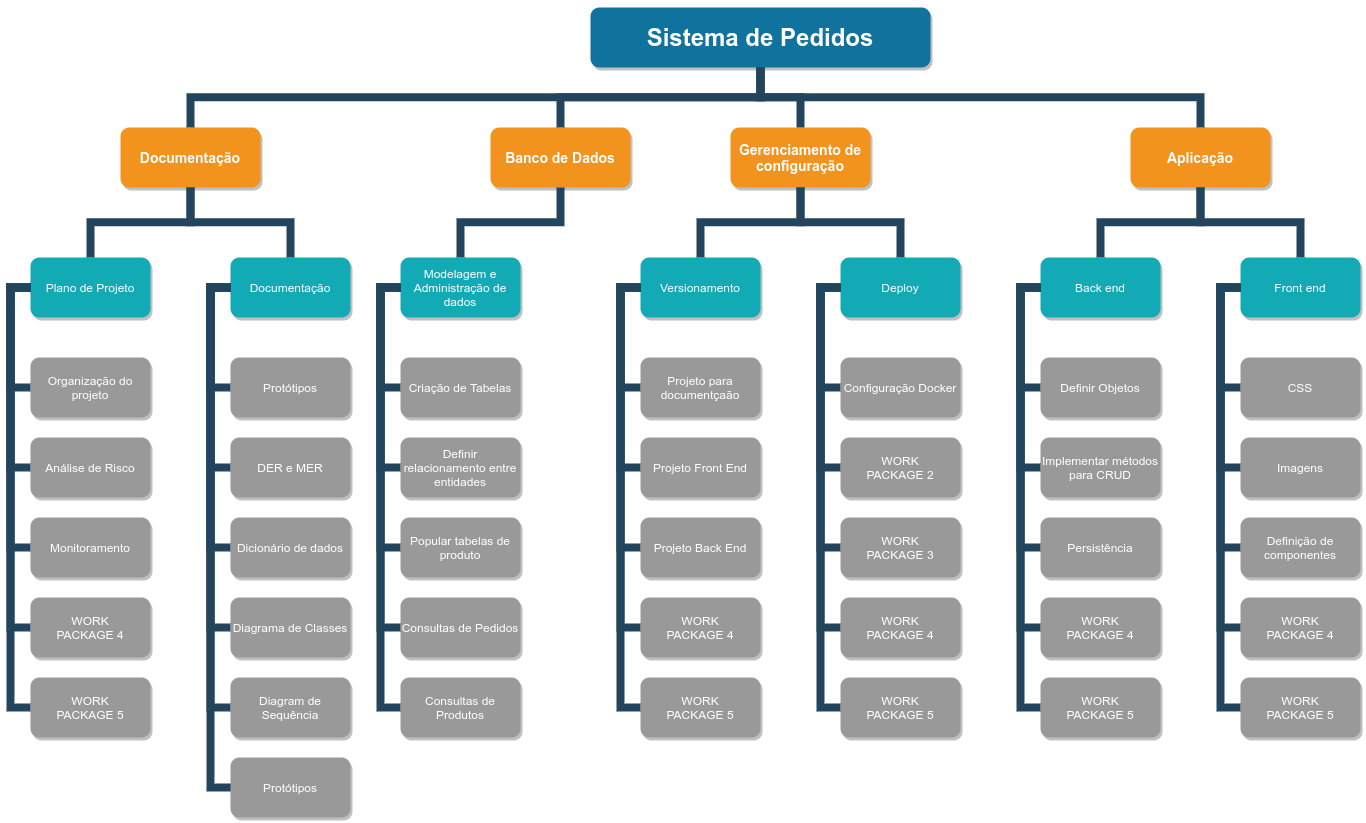
This is imagens/WBS.png from jaarsi/how4-challenge-docs, a draw.io export, as it was before one commit. Source tidied: cells renumbered, new cells last; positions are measured from the earlier drawing's top-left corner, leaving out a move shared by most shapes.
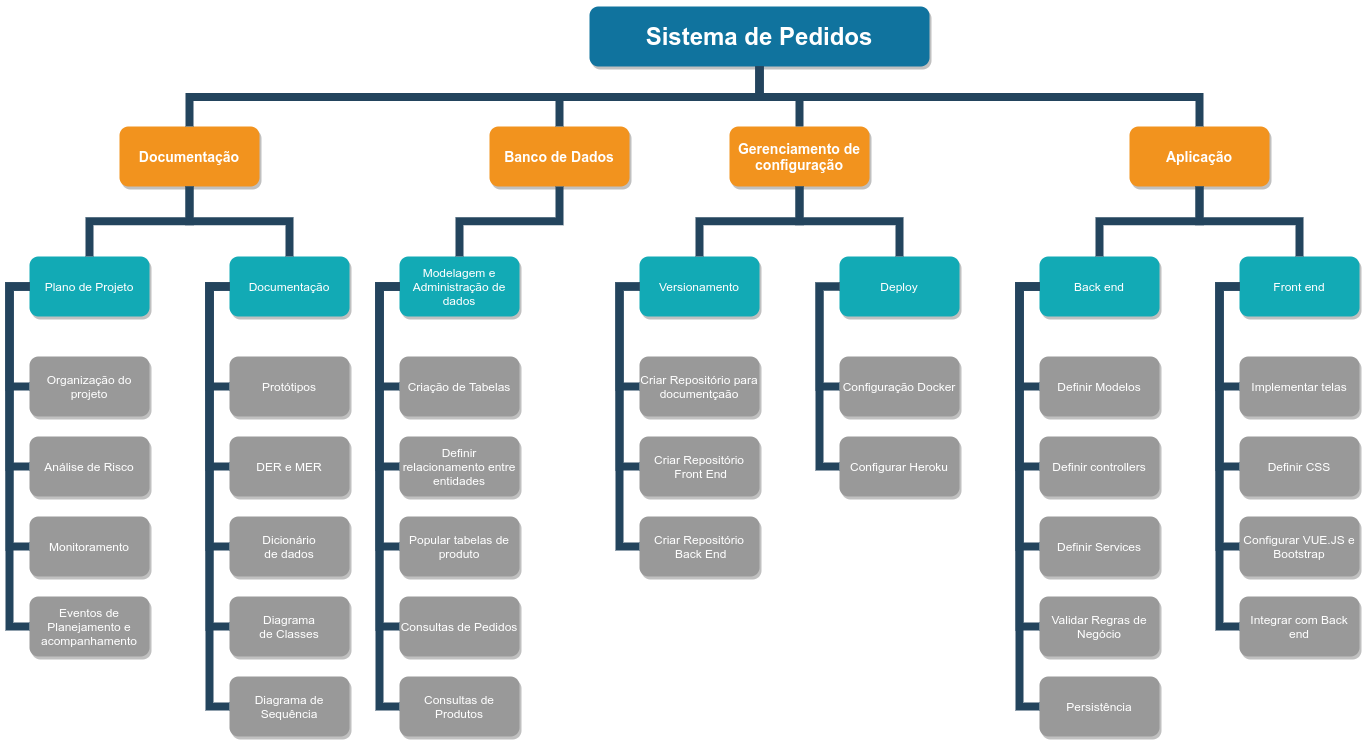
The same file after the commit.

Diff of the diagram source:
```diff
@@ -32,25 +32,22 @@
     <mxCell id="11" value="Monitoramento" style="whiteSpace=wrap;rounded=1;fillColor=#999999;strokeColor=none;shadow=1;fontColor=#FFFFFF;fontStyle=0;" parent="1" vertex="1">
       <mxGeometry x="20" y="510" width="120" height="60" as="geometry" />
     </mxCell>
-    <mxCell id="12" value="WORK&#10;PACKAGE 4" style="whiteSpace=wrap;rounded=1;fillColor=#999999;strokeColor=none;shadow=1;fontColor=#FFFFFF;fontStyle=0;" parent="1" vertex="1">
+    <mxCell id="12" value="Eventos de Planejamento e acompanhamento" style="whiteSpace=wrap;rounded=1;fillColor=#999999;strokeColor=none;shadow=1;fontColor=#FFFFFF;fontStyle=0;" parent="1" vertex="1">
       <mxGeometry x="20" y="590" width="120" height="60" as="geometry" />
     </mxCell>
-    <mxCell id="13" value="WORK&#10;PACKAGE 5" style="whiteSpace=wrap;rounded=1;fillColor=#999999;strokeColor=none;shadow=1;fontColor=#FFFFFF;fontStyle=0;" parent="1" vertex="1">
-      <mxGeometry x="20" y="670" width="120" height="60" as="geometry" />
-    </mxCell>
     <mxCell id="14" value="Protótipos" style="whiteSpace=wrap;rounded=1;fillColor=#999999;strokeColor=none;shadow=1;fontColor=#FFFFFF;fontStyle=0;" parent="1" vertex="1">
       <mxGeometry x="220" y="350" width="120" height="60" as="geometry" />
     </mxCell>
     <mxCell id="15" value="DER e MER" style="whiteSpace=wrap;rounded=1;fillColor=#999999;strokeColor=none;shadow=1;fontColor=#FFFFFF;fontStyle=0;" parent="1" vertex="1">
       <mxGeometry x="220" y="430" width="120" height="60" as="geometry" />
     </mxCell>
-    <mxCell id="16" value="Dicionário de dados" style="whiteSpace=wrap;rounded=1;fillColor=#999999;strokeColor=none;shadow=1;fontColor=#FFFFFF;fontStyle=0;" parent="1" vertex="1">
+    <mxCell id="16" value="Dicionário&#10;de dados" style="whiteSpace=wrap;rounded=1;fillColor=#999999;strokeColor=none;shadow=1;fontColor=#FFFFFF;fontStyle=0;" parent="1" vertex="1">
       <mxGeometry x="220" y="510" width="120" height="60" as="geometry" />
     </mxCell>
-    <mxCell id="17" value="Diagrama de Classes" style="whiteSpace=wrap;rounded=1;fillColor=#999999;strokeColor=none;shadow=1;fontColor=#FFFFFF;fontStyle=0;" parent="1" vertex="1">
+    <mxCell id="17" value="Diagrama&#10;de Classes" style="whiteSpace=wrap;rounded=1;fillColor=#999999;strokeColor=none;shadow=1;fontColor=#FFFFFF;fontStyle=0;" parent="1" vertex="1">
       <mxGeometry x="220" y="590" width="120" height="60" as="geometry" />
     </mxCell>
-    <mxCell id="18" value="Diagram de Sequência" style="whiteSpace=wrap;rounded=1;fillColor=#999999;strokeColor=none;shadow=1;fontColor=#FFFFFF;fontStyle=0;" parent="1" vertex="1">
+    <mxCell id="18" value="Diagrama de Sequência" style="whiteSpace=wrap;rounded=1;fillColor=#999999;strokeColor=none;shadow=1;fontColor=#FFFFFF;fontStyle=0;" parent="1" vertex="1">
       <mxGeometry x="220" y="670" width="120" height="60" as="geometry" />
     </mxCell>
     <mxCell id="19" value="Modelagem e Administração de dados" style="whiteSpace=wrap;rounded=1;fillColor=#12AAB5;strokeColor=none;shadow=1;fontColor=#FFFFFF;" parent="1" vertex="1">
@@ -91,13 +88,6 @@
         </Array>
       </mxGeometry>
     </mxCell>
-    <mxCell id="29" style="edgeStyle=elbowEdgeStyle;elbow=horizontal;rounded=0;fontColor=#000000;endArrow=none;endFill=0;strokeWidth=8;strokeColor=#23445D;" parent="1" edge="1" source="7" target="13">
-      <mxGeometry relative="1" as="geometry">
-        <Array as="points">
-          <mxPoint y="490" />
-        </Array>
-      </mxGeometry>
-    </mxCell>
     <mxCell id="30" style="edgeStyle=elbowEdgeStyle;elbow=horizontal;rounded=0;fontColor=#000000;endArrow=none;endFill=0;strokeWidth=8;strokeColor=#23445D;" parent="1" edge="1" source="7" target="12">
       <mxGeometry relative="1" as="geometry">
         <Array as="points">
@@ -192,36 +182,21 @@
     <mxCell id="44" value="Deploy" style="whiteSpace=wrap;rounded=1;fillColor=#12AAB5;strokeColor=none;shadow=1;fontColor=#FFFFFF;" parent="1" vertex="1">
       <mxGeometry x="830" y="250" width="120" height="60" as="geometry" />
     </mxCell>
-    <mxCell id="45" value="Projeto para documentçaão" style="whiteSpace=wrap;rounded=1;fillColor=#999999;strokeColor=none;shadow=1;fontColor=#FFFFFF;fontStyle=0;" parent="1" vertex="1">
+    <mxCell id="45" value="Criar Repositório para documentçaão" style="whiteSpace=wrap;rounded=1;fillColor=#999999;strokeColor=none;shadow=1;fontColor=#FFFFFF;fontStyle=0;" parent="1" vertex="1">
       <mxGeometry x="630" y="350" width="120" height="60" as="geometry" />
     </mxCell>
-    <mxCell id="46" value="Projeto Front End" style="whiteSpace=wrap;rounded=1;fillColor=#999999;strokeColor=none;shadow=1;fontColor=#FFFFFF;fontStyle=0;" parent="1" vertex="1">
+    <mxCell id="46" value="Criar Repositório&#10; Front End" style="whiteSpace=wrap;rounded=1;fillColor=#999999;strokeColor=none;shadow=1;fontColor=#FFFFFF;fontStyle=0;" parent="1" vertex="1">
       <mxGeometry x="630" y="430" width="120" height="60" as="geometry" />
     </mxCell>
-    <mxCell id="47" value="Projeto Back End" style="whiteSpace=wrap;rounded=1;fillColor=#999999;strokeColor=none;shadow=1;fontColor=#FFFFFF;fontStyle=0;" parent="1" vertex="1">
+    <mxCell id="47" value="Criar Repositório&#10; Back End" style="whiteSpace=wrap;rounded=1;fillColor=#999999;strokeColor=none;shadow=1;fontColor=#FFFFFF;fontStyle=0;" parent="1" vertex="1">
       <mxGeometry x="630" y="510" width="120" height="60" as="geometry" />
     </mxCell>
-    <mxCell id="48" value="WORK&#10;PACKAGE 4" style="whiteSpace=wrap;rounded=1;fillColor=#999999;strokeColor=none;shadow=1;fontColor=#FFFFFF;fontStyle=0;" parent="1" vertex="1">
-      <mxGeometry x="630" y="590" width="120" height="60" as="geometry" />
-    </mxCell>
-    <mxCell id="49" value="WORK&#10;PACKAGE 5" style="whiteSpace=wrap;rounded=1;fillColor=#999999;strokeColor=none;shadow=1;fontColor=#FFFFFF;fontStyle=0;" parent="1" vertex="1">
-      <mxGeometry x="630" y="670" width="120" height="60" as="geometry" />
-    </mxCell>
     <mxCell id="50" value="Configuração Docker" style="whiteSpace=wrap;rounded=1;fillColor=#999999;strokeColor=none;shadow=1;fontColor=#FFFFFF;fontStyle=0;" parent="1" vertex="1">
       <mxGeometry x="830" y="350" width="120" height="60" as="geometry" />
     </mxCell>
-    <mxCell id="51" value="WORK&#10;PACKAGE 2" style="whiteSpace=wrap;rounded=1;fillColor=#999999;strokeColor=none;shadow=1;fontColor=#FFFFFF;fontStyle=0;" parent="1" vertex="1">
+    <mxCell id="51" value="Configurar Heroku" style="whiteSpace=wrap;rounded=1;fillColor=#999999;strokeColor=none;shadow=1;fontColor=#FFFFFF;fontStyle=0;" parent="1" vertex="1">
       <mxGeometry x="830" y="430" width="120" height="60" as="geometry" />
     </mxCell>
-    <mxCell id="52" value="WORK&#10;PACKAGE 3" style="whiteSpace=wrap;rounded=1;fillColor=#999999;strokeColor=none;shadow=1;fontColor=#FFFFFF;fontStyle=0;" parent="1" vertex="1">
-      <mxGeometry x="830" y="510" width="120" height="60" as="geometry" />
-    </mxCell>
-    <mxCell id="53" value="WORK&#10;PACKAGE 4" style="whiteSpace=wrap;rounded=1;fillColor=#999999;strokeColor=none;shadow=1;fontColor=#FFFFFF;fontStyle=0;" parent="1" vertex="1">
-      <mxGeometry x="830" y="590" width="120" height="60" as="geometry" />
-    </mxCell>
-    <mxCell id="54" value="WORK&#10;PACKAGE 5" style="whiteSpace=wrap;rounded=1;fillColor=#999999;strokeColor=none;shadow=1;fontColor=#FFFFFF;fontStyle=0;" parent="1" vertex="1">
-      <mxGeometry x="830" y="670" width="120" height="60" as="geometry" />
-    </mxCell>
     <mxCell id="55" style="edgeStyle=elbowEdgeStyle;elbow=horizontal;rounded=0;fontColor=#000000;endArrow=none;endFill=0;strokeWidth=8;strokeColor=#23445D;" parent="1" edge="1" source="43" target="45">
       <mxGeometry relative="1" as="geometry">
         <Array as="points">
@@ -236,20 +211,6 @@
         </Array>
       </mxGeometry>
     </mxCell>
-    <mxCell id="57" style="edgeStyle=elbowEdgeStyle;elbow=horizontal;rounded=0;fontColor=#000000;endArrow=none;endFill=0;strokeWidth=8;strokeColor=#23445D;" parent="1" edge="1" source="43" target="49">
-      <mxGeometry relative="1" as="geometry">
-        <Array as="points">
-          <mxPoint x="610" y="500" />
-        </Array>
-      </mxGeometry>
-    </mxCell>
-    <mxCell id="58" style="edgeStyle=elbowEdgeStyle;elbow=horizontal;rounded=0;fontColor=#000000;endArrow=none;endFill=0;strokeWidth=8;strokeColor=#23445D;" parent="1" edge="1" source="43" target="48">
-      <mxGeometry relative="1" as="geometry">
-        <Array as="points">
-          <mxPoint x="610" y="450" />
-        </Array>
-      </mxGeometry>
-    </mxCell>
     <mxCell id="59" style="edgeStyle=elbowEdgeStyle;elbow=horizontal;rounded=0;fontColor=#000000;endArrow=none;endFill=0;strokeWidth=8;strokeColor=#23445D;" parent="1" edge="1" source="43" target="47">
       <mxGeometry relative="1" as="geometry">
         <Array as="points">
@@ -271,63 +232,39 @@
         </Array>
       </mxGeometry>
     </mxCell>
-    <mxCell id="62" style="edgeStyle=elbowEdgeStyle;elbow=horizontal;rounded=0;fontColor=#000000;endArrow=none;endFill=0;strokeWidth=8;strokeColor=#23445D;" parent="1" edge="1" source="44" target="54">
-      <mxGeometry relative="1" as="geometry">
-        <Array as="points">
-          <mxPoint x="810" y="490" />
-        </Array>
-      </mxGeometry>
-    </mxCell>
-    <mxCell id="63" style="edgeStyle=elbowEdgeStyle;elbow=horizontal;rounded=0;fontColor=#000000;endArrow=none;endFill=0;strokeWidth=8;strokeColor=#23445D;" parent="1" edge="1" source="44" target="53">
-      <mxGeometry relative="1" as="geometry">
-        <Array as="points">
-          <mxPoint x="810" y="450" />
-        </Array>
-      </mxGeometry>
-    </mxCell>
-    <mxCell id="64" style="edgeStyle=elbowEdgeStyle;elbow=horizontal;rounded=0;fontColor=#000000;endArrow=none;endFill=0;strokeWidth=8;strokeColor=#23445D;" parent="1" edge="1" source="44" target="52">
-      <mxGeometry relative="1" as="geometry">
-        <Array as="points">
-          <mxPoint x="810" y="420" />
-        </Array>
-      </mxGeometry>
-    </mxCell>
     <mxCell id="65" value="Back end" style="whiteSpace=wrap;rounded=1;fillColor=#12AAB5;strokeColor=none;shadow=1;fontColor=#FFFFFF;" parent="1" vertex="1">
       <mxGeometry x="1030" y="250" width="120" height="60" as="geometry" />
     </mxCell>
     <mxCell id="66" value="Front end" style="whiteSpace=wrap;rounded=1;fillColor=#12AAB5;strokeColor=none;shadow=1;fontColor=#FFFFFF;" parent="1" vertex="1">
       <mxGeometry x="1230" y="250" width="120" height="60" as="geometry" />
     </mxCell>
-    <mxCell id="67" value="Definir Objetos" style="whiteSpace=wrap;rounded=1;fillColor=#999999;strokeColor=none;shadow=1;fontColor=#FFFFFF;fontStyle=0;" parent="1" vertex="1">
+    <mxCell id="67" value="Definir Modelos" style="whiteSpace=wrap;rounded=1;fillColor=#999999;strokeColor=none;shadow=1;fontColor=#FFFFFF;fontStyle=0;" parent="1" vertex="1">
       <mxGeometry x="1030" y="350" width="120" height="60" as="geometry" />
     </mxCell>
-    <mxCell id="68" value="Implementar métodos para CRUD" style="whiteSpace=wrap;rounded=1;fillColor=#999999;strokeColor=none;shadow=1;fontColor=#FFFFFF;fontStyle=0;" parent="1" vertex="1">
+    <mxCell id="68" value="Definir controllers" style="whiteSpace=wrap;rounded=1;fillColor=#999999;strokeColor=none;shadow=1;fontColor=#FFFFFF;fontStyle=0;" parent="1" vertex="1">
       <mxGeometry x="1030" y="430" width="120" height="60" as="geometry" />
     </mxCell>
-    <mxCell id="69" value="Persistência" style="whiteSpace=wrap;rounded=1;fillColor=#999999;strokeColor=none;shadow=1;fontColor=#FFFFFF;fontStyle=0;" parent="1" vertex="1">
+    <mxCell id="69" value="Definir Services" style="whiteSpace=wrap;rounded=1;fillColor=#999999;strokeColor=none;shadow=1;fontColor=#FFFFFF;fontStyle=0;" parent="1" vertex="1">
       <mxGeometry x="1030" y="510" width="120" height="60" as="geometry" />
     </mxCell>
-    <mxCell id="70" value="WORK&#10;PACKAGE 4" style="whiteSpace=wrap;rounded=1;fillColor=#999999;strokeColor=none;shadow=1;fontColor=#FFFFFF;fontStyle=0;" parent="1" vertex="1">
+    <mxCell id="70" value="Validar Regras de Negócio" style="whiteSpace=wrap;rounded=1;fillColor=#999999;strokeColor=none;shadow=1;fontColor=#FFFFFF;fontStyle=0;" parent="1" vertex="1">
       <mxGeometry x="1030" y="590" width="120" height="60" as="geometry" />
     </mxCell>
-    <mxCell id="71" value="WORK&#10;PACKAGE 5" style="whiteSpace=wrap;rounded=1;fillColor=#999999;strokeColor=none;shadow=1;fontColor=#FFFFFF;fontStyle=0;" parent="1" vertex="1">
+    <mxCell id="71" value="Persistência" style="whiteSpace=wrap;rounded=1;fillColor=#999999;strokeColor=none;shadow=1;fontColor=#FFFFFF;fontStyle=0;" parent="1" vertex="1">
       <mxGeometry x="1030" y="670" width="120" height="60" as="geometry" />
     </mxCell>
-    <mxCell id="72" value="CSS" style="whiteSpace=wrap;rounded=1;fillColor=#999999;strokeColor=none;shadow=1;fontColor=#FFFFFF;fontStyle=0;" parent="1" vertex="1">
+    <mxCell id="72" value="Implementar telas" style="whiteSpace=wrap;rounded=1;fillColor=#999999;strokeColor=none;shadow=1;fontColor=#FFFFFF;fontStyle=0;" parent="1" vertex="1">
       <mxGeometry x="1230" y="350" width="120" height="60" as="geometry" />
     </mxCell>
-    <mxCell id="73" value="Imagens" style="whiteSpace=wrap;rounded=1;fillColor=#999999;strokeColor=none;shadow=1;fontColor=#FFFFFF;fontStyle=0;" parent="1" vertex="1">
+    <mxCell id="73" value="Definir CSS" style="whiteSpace=wrap;rounded=1;fillColor=#999999;strokeColor=none;shadow=1;fontColor=#FFFFFF;fontStyle=0;" parent="1" vertex="1">
       <mxGeometry x="1230" y="430" width="120" height="60" as="geometry" />
     </mxCell>
-    <mxCell id="74" value="Definição de componentes" style="whiteSpace=wrap;rounded=1;fillColor=#999999;strokeColor=none;shadow=1;fontColor=#FFFFFF;fontStyle=0;" parent="1" vertex="1">
+    <mxCell id="74" value="Configurar VUE.JS e Bootstrap" style="whiteSpace=wrap;rounded=1;fillColor=#999999;strokeColor=none;shadow=1;fontColor=#FFFFFF;fontStyle=0;" parent="1" vertex="1">
       <mxGeometry x="1230" y="510" width="120" height="60" as="geometry" />
     </mxCell>
-    <mxCell id="75" value="WORK&#10;PACKAGE 4" style="whiteSpace=wrap;rounded=1;fillColor=#999999;strokeColor=none;shadow=1;fontColor=#FFFFFF;fontStyle=0;" parent="1" vertex="1">
+    <mxCell id="75" value="Integrar com Back end" style="whiteSpace=wrap;rounded=1;fillColor=#999999;strokeColor=none;shadow=1;fontColor=#FFFFFF;fontStyle=0;" parent="1" vertex="1">
       <mxGeometry x="1230" y="590" width="120" height="60" as="geometry" />
     </mxCell>
-    <mxCell id="76" value="WORK&#10;PACKAGE 5" style="whiteSpace=wrap;rounded=1;fillColor=#999999;strokeColor=none;shadow=1;fontColor=#FFFFFF;fontStyle=0;" parent="1" vertex="1">
-      <mxGeometry x="1230" y="670" width="120" height="60" as="geometry" />
-    </mxCell>
     <mxCell id="77" style="edgeStyle=elbowEdgeStyle;elbow=horizontal;rounded=0;fontColor=#000000;endArrow=none;endFill=0;strokeWidth=8;strokeColor=#23445D;" parent="1" edge="1" source="65" target="67">
       <mxGeometry relative="1" as="geometry">
         <Array as="points">
@@ -377,13 +314,6 @@
         </Array>
       </mxGeometry>
     </mxCell>
-    <mxCell id="84" style="edgeStyle=elbowEdgeStyle;elbow=horizontal;rounded=0;fontColor=#000000;endArrow=none;endFill=0;strokeWidth=8;strokeColor=#23445D;" parent="1" edge="1" source="66" target="76">
-      <mxGeometry relative="1" as="geometry">
-        <Array as="points">
-          <mxPoint x="1210" y="490" />
-        </Array>
-      </mxGeometry>
-    </mxCell>
     <mxCell id="85" style="edgeStyle=elbowEdgeStyle;elbow=horizontal;rounded=0;fontColor=#000000;endArrow=none;endFill=0;strokeWidth=8;strokeColor=#23445D;" parent="1" edge="1" source="66" target="75">
       <mxGeometry relative="1" as="geometry">
         <Array as="points">
@@ -422,17 +352,5 @@
     <mxCell id="94" style="edgeStyle=elbowEdgeStyle;elbow=vertical;rounded=0;fontColor=#000000;endArrow=none;endFill=0;strokeWidth=8;strokeColor=#23445D;" parent="1" edge="1" source="2" target="6">
       <mxGeometry relative="1" as="geometry" />
     </mxCell>
-    <mxCell id="95" style="edgeStyle=elbowEdgeStyle;elbow=horizontal;rounded=0;fontColor=#000000;endArrow=none;endFill=0;strokeWidth=8;strokeColor=#23445D;" parent="1" edge="1">
-      <mxGeometry relative="1" as="geometry">
-        <mxPoint x="220" y="280" as="sourcePoint" />
-        <mxPoint x="230" y="780" as="targetPoint" />
-        <Array as="points">
-          <mxPoint x="200" y="490" />
-        </Array>
-      </mxGeometry>
-    </mxCell>
-    <mxCell id="96" value="Protótipos" style="whiteSpace=wrap;rounded=1;fillColor=#999999;strokeColor=none;shadow=1;fontColor=#FFFFFF;fontStyle=0;" parent="1" vertex="1">
-      <mxGeometry x="220" y="750" width="120" height="60" as="geometry" />
-    </mxCell>
   </root>
 </mxGraphModel>
```
